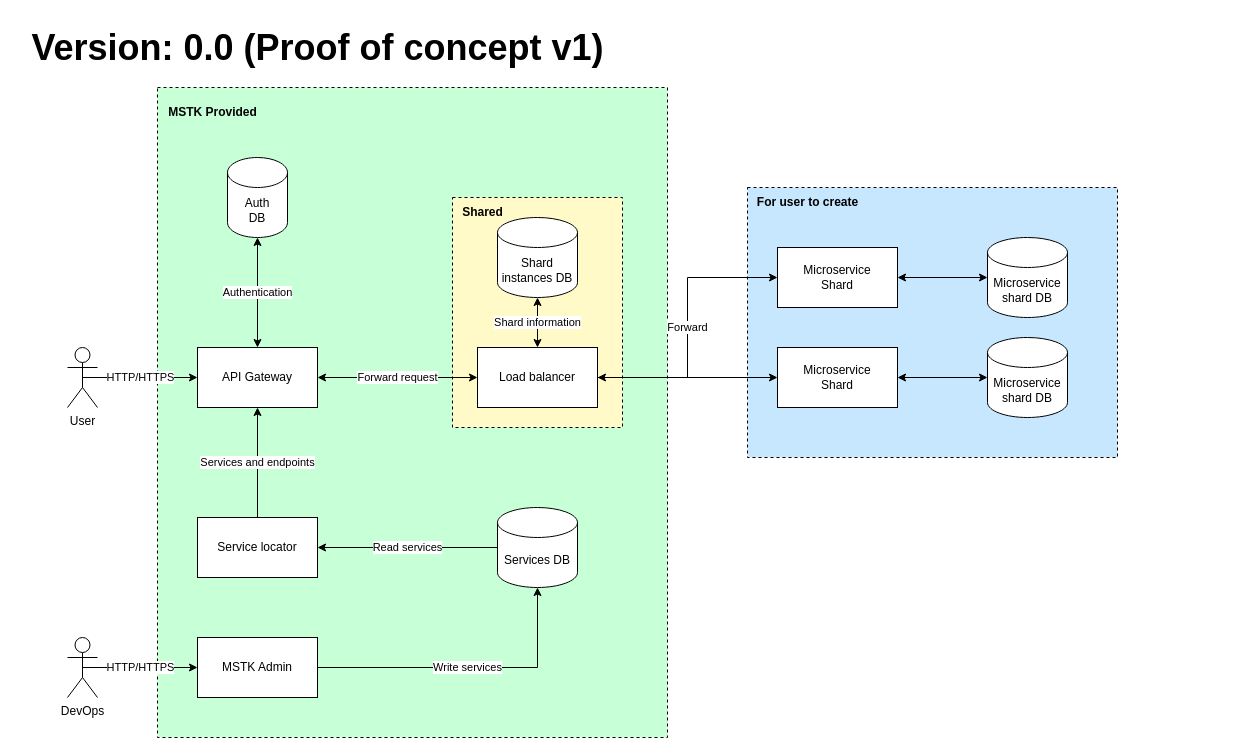
The draw.io diagram design/PoCv1.drawio in nfwGytautas/wdtk-cli, before the edit. Source tidied: cells renumbered, new cells numbered last; positions are measured from the earlier drawing's top-left corner, leaving out a move shared by most shapes. Both pictures are drawn from the tidied source at 100%, with x=0, y=0 at pixel (17, 17).
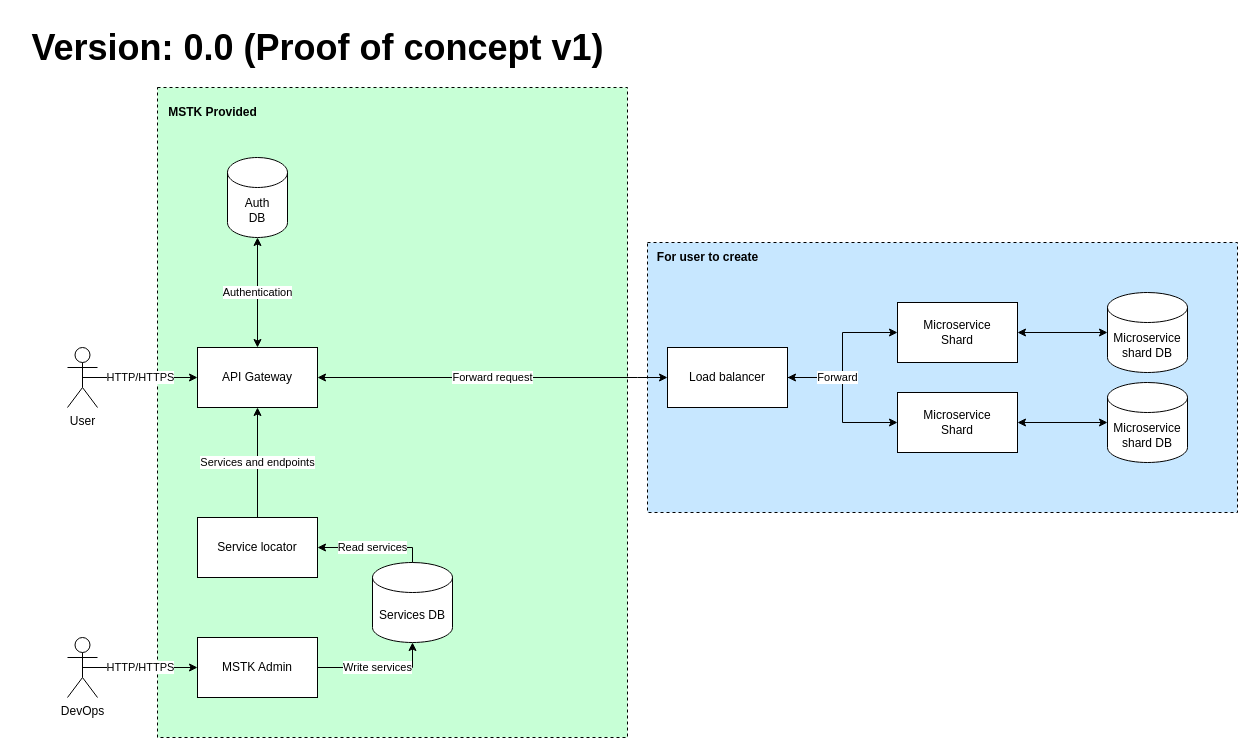
The same page after the edit.

The change refers to these unchanged cells:
```xml
<mxCell id="9" value="API Gateway" style="whiteSpace=wrap;html=1;verticalAlign=middle;" parent="1" vertex="1">
  <mxGeometry x="180" y="330" width="120" height="60" as="geometry" />
</mxCell>
<mxCell id="10" value="Service locator" style="rounded=0;whiteSpace=wrap;html=1;" parent="1" vertex="1">
  <mxGeometry x="180" y="500" width="120" height="60" as="geometry" />
</mxCell>
```

What changed in the source:
```diff
@@
     <mxCell id="2" style="whiteSpace=wrap;html=1;dashed=1;perimeterSpacing=0;strokeWidth=1;fillColor=#c7e7ff;" parent="1" vertex="1">
-      <mxGeometry x="730" y="170" width="370" height="270" as="geometry" />
+      <mxGeometry x="630" y="225" width="590" height="270" as="geometry" />
     </mxCell>
     <mxCell id="3" style="whiteSpace=wrap;html=1;dashed=1;perimeterSpacing=0;strokeWidth=1;fillColor=#C7FFD6;" parent="1" vertex="1">
-      <mxGeometry x="140" y="70" width="510" height="650" as="geometry" />
+      <mxGeometry x="140" y="70" width="470" height="650" as="geometry" />
     </mxCell>
-    <mxCell id="4" style="whiteSpace=wrap;html=1;dashed=1;perimeterSpacing=0;strokeWidth=1;fillColor=#fffac7;" parent="1" vertex="1">
-      <mxGeometry x="435" y="180" width="170" height="230" as="geometry" />
-    </mxCell>
@@
     <mxCell id="7" value="Forward request" style="edgeStyle=orthogonalEdgeStyle;rounded=0;jettySize=auto;html=1;exitX=1;exitY=0.5;exitDx=0;exitDy=0;entryX=0;entryY=0.5;entryDx=0;entryDy=0;strokeColor=default;startArrow=classic;startFill=1;" parent="1" edge="1" source="9" target="13">
       <mxGeometry relative="1" as="geometry">
         <Array as="points">
-          <mxPoint x="390" y="360" />
-          <mxPoint x="390" y="360" />
+          <mxPoint x="620" y="360" />
+          <mxPoint x="620" y="360" />
         </Array>
       </mxGeometry>
     </mxCell>
@@
     <mxCell id="12" value="Forward" style="edgeStyle=orthogonalEdgeStyle;rounded=0;jettySize=auto;html=1;exitX=1;exitY=0.5;exitDx=0;exitDy=0;entryX=0;entryY=0.5;entryDx=0;entryDy=0;strokeColor=default;startArrow=classic;startFill=1;" parent="1" edge="1" source="13" target="20">
-      <mxGeometry relative="1" as="geometry" />
+      <mxGeometry x="-0.35" relative="1" as="geometry" />
     </mxCell>
     <mxCell id="13" value="Load balancer" style="rounded=0;whiteSpace=wrap;html=1;" parent="1" vertex="1">
-      <mxGeometry x="460" y="330" width="120" height="60" as="geometry" />
+      <mxGeometry x="650" y="330" width="120" height="60" as="geometry" />
     </mxCell>
     <mxCell id="14" value="Microservice&lt;br&gt;Shard" style="whiteSpace=wrap;html=1;rounded=0;" parent="1" vertex="1">
-      <mxGeometry x="760" y="330" width="120" height="60" as="geometry" />
+      <mxGeometry x="880" y="375" width="120" height="60" as="geometry" />
     </mxCell>
     <mxCell id="15" value="Services DB" style="shape=cylinder3;whiteSpace=wrap;html=1;boundedLbl=1;backgroundOutline=1;size=15;" parent="1" vertex="1">
-      <mxGeometry x="480" y="490" width="80" height="80" as="geometry" />
+      <mxGeometry x="355" y="545" width="80" height="80" as="geometry" />
     </mxCell>
-    <mxCell id="16" value="Read services" style="endArrow=classic;startArrow=none;html=1;rounded=0;entryX=1;entryY=0.5;entryDx=0;entryDy=0;exitX=0;exitY=0.5;exitDx=0;exitDy=0;exitPerimeter=0;startFill=0;" parent="1" edge="1" source="15" target="10">
-      <mxGeometry relative="1" as="geometry" />
+    <mxCell id="16" value="Read services" style="endArrow=classic;startArrow=none;html=1;rounded=0;entryX=1;entryY=0.5;entryDx=0;entryDy=0;exitX=0.5;exitY=0;exitDx=0;exitDy=0;exitPerimeter=0;startFill=0;" parent="1" edge="1" source="15" target="10">
+      <mxGeometry relative="1" as="geometry">
+        <Array as="points">
+          <mxPoint x="395" y="530" />
+        </Array>
+      </mxGeometry>
     </mxCell>
@@
     <mxCell id="18" value="Microservice shard DB" style="shape=cylinder3;whiteSpace=wrap;html=1;boundedLbl=1;backgroundOutline=1;size=15;" parent="1" vertex="1">
-      <mxGeometry x="970" y="320" width="80" height="80" as="geometry" />
+      <mxGeometry x="1090" y="365" width="80" height="80" as="geometry" />
     </mxCell>
@@
     <mxCell id="20" value="Microservice&lt;br&gt;Shard" style="whiteSpace=wrap;html=1;rounded=0;" parent="1" vertex="1">
-      <mxGeometry x="760" y="230" width="120" height="60" as="geometry" />
+      <mxGeometry x="880" y="285" width="120" height="60" as="geometry" />
     </mxCell>
     <mxCell id="21" value="Microservice shard DB" style="shape=cylinder3;whiteSpace=wrap;html=1;boundedLbl=1;backgroundOutline=1;size=15;" parent="1" vertex="1">
-      <mxGeometry x="970" y="220" width="80" height="80" as="geometry" />
+      <mxGeometry x="1090" y="275" width="80" height="80" as="geometry" />
     </mxCell>
@@
     <mxCell id="25" value="For user to create&lt;br&gt;" style="text;html=1;align=center;verticalAlign=middle;strokeColor=none;fillColor=none;fontStyle=1;" parent="1" vertex="1">
-      <mxGeometry x="730" y="170" width="120" height="30" as="geometry" />
+      <mxGeometry x="630" y="225" width="120" height="30" as="geometry" />
     </mxCell>
-    <mxCell id="26" value="Shared&lt;br&gt;" style="text;html=1;align=center;verticalAlign=middle;strokeColor=none;fillColor=none;fontStyle=1;" parent="1" vertex="1">
-      <mxGeometry x="435" y="180" width="60" height="30" as="geometry" />
-    </mxCell>
@@
-    <mxCell id="28" value="Shard information" style="edgeStyle=orthogonalEdgeStyle;rounded=0;jettySize=auto;html=1;exitX=0.5;exitY=1;exitDx=0;exitDy=0;exitPerimeter=0;entryX=0.5;entryY=0;entryDx=0;entryDy=0;startArrow=classic;startFill=1;" parent="1" edge="1" source="29" target="13">
-      <mxGeometry relative="1" as="geometry" />
-    </mxCell>
-    <mxCell id="29" value="Shard instances DB" style="shape=cylinder3;whiteSpace=wrap;html=1;boundedLbl=1;backgroundOutline=1;size=15;" parent="1" vertex="1">
-      <mxGeometry x="480" y="200" width="80" height="80" as="geometry" />
-    </mxCell>
```
